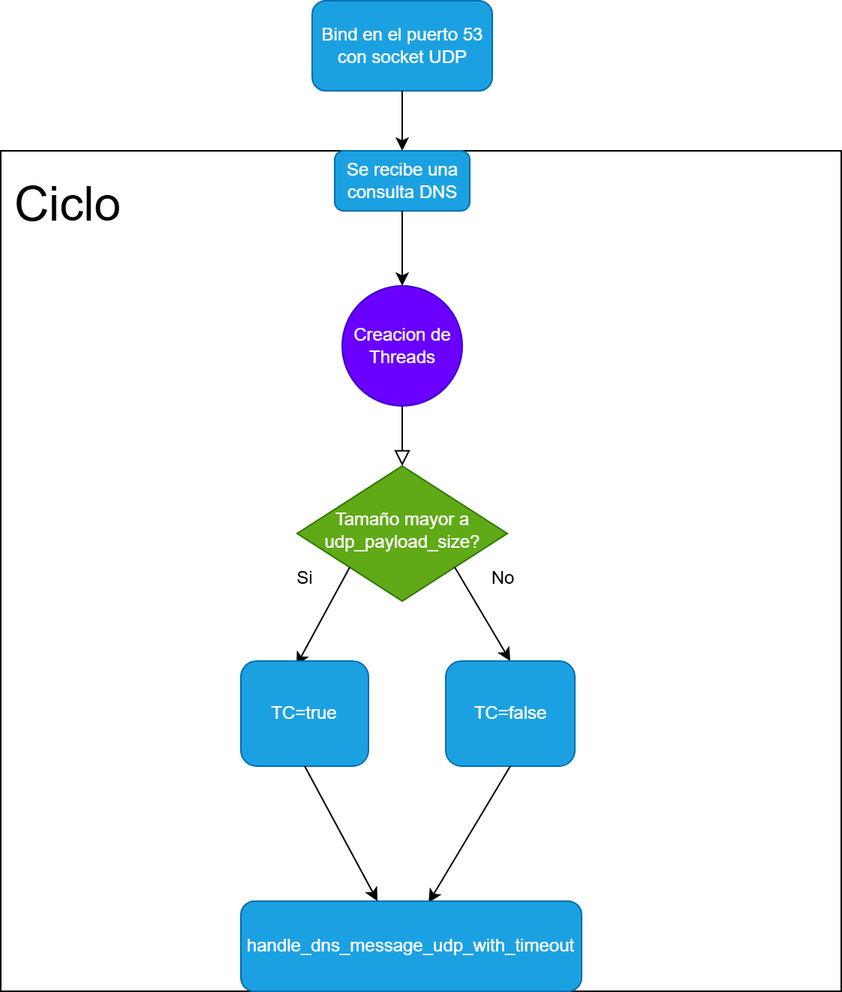
Earlier version of the draw.io export diagramas/recieve_and_response.png (konegoro/informe_memoria). Source tidied: cells renumbered, new cells last; positions are measured from the earlier drawing's top-left corner, leaving out a move shared by most shapes. Source of this version:
```xml
<mxGraphModel>
  <root>
    <mxCell id="0" />
    <mxCell id="1" parent="0" />
    <mxCell id="2" style="whiteSpace=wrap;html=1;fillColor=none;" parent="1" vertex="1">
      <mxGeometry y="100" width="560" height="560" as="geometry" />
    </mxCell>
    <mxCell id="3" style="rounded=0;html=1;jettySize=auto;fontSize=11;endArrow=block;endFill=0;endSize=8;strokeWidth=1;shadow=0;labelBackgroundColor=none;edgeStyle=orthogonalEdgeStyle;" parent="1" edge="1" source="18" target="5">
      <mxGeometry relative="1" as="geometry" />
    </mxCell>
    <mxCell id="4" value="Se recibe una consulta DNS" style="rounded=1;whiteSpace=wrap;html=1;fontSize=12;glass=0;strokeWidth=1;shadow=0;fillColor=#1ba1e2;fontColor=#ffffff;strokeColor=#006EAF;" parent="1" vertex="1">
      <mxGeometry x="222.5" y="100" width="90" height="40" as="geometry" />
    </mxCell>
    <mxCell id="5" value="&lt;font&gt;Tamaño mayor a udp_payload_size?&lt;/font&gt;" style="rhombus;whiteSpace=wrap;html=1;shadow=0;fontFamily=Helvetica;fontSize=12;align=center;strokeWidth=1;spacing=6;spacingTop=-4;fillColor=#60a917;fontColor=#ffffff;strokeColor=#2D7600;" parent="1" vertex="1">
      <mxGeometry x="197.5" y="310" width="140" height="90" as="geometry" />
    </mxCell>
    <mxCell id="6" style="endArrow=classic;html=1;rounded=0;exitX=0;exitY=1;exitDx=0;exitDy=0;entryX=0.435;entryY=0.043;entryDx=0;entryDy=0;entryPerimeter=0;" parent="1" edge="1" source="5" target="10">
      <mxGeometry relative="1" as="geometry" />
    </mxCell>
    <mxCell id="7" value="Si" style="text;html=1;whiteSpace=wrap;strokeColor=none;fillColor=none;align=center;verticalAlign=middle;rounded=0;" parent="1" vertex="1">
      <mxGeometry x="172.5" y="370" width="60" height="30" as="geometry" />
    </mxCell>
    <mxCell id="8" value="No" style="text;html=1;whiteSpace=wrap;strokeColor=none;fillColor=none;align=center;verticalAlign=middle;rounded=0;" parent="1" vertex="1">
      <mxGeometry x="304.5" y="370" width="60" height="30" as="geometry" />
    </mxCell>
    <mxCell id="9" style="endArrow=classic;html=1;rounded=0;exitX=1;exitY=1;exitDx=0;exitDy=0;entryX=0.5;entryY=0;entryDx=0;entryDy=0;" parent="1" edge="1" source="5" target="11">
      <mxGeometry relative="1" as="geometry" />
    </mxCell>
    <mxCell id="10" value="TC=true" style="rounded=1;whiteSpace=wrap;html=1;fontSize=12;glass=0;strokeWidth=1;shadow=0;fillColor=#1ba1e2;fontColor=#ffffff;strokeColor=#006EAF;" parent="1" vertex="1">
      <mxGeometry x="160" y="440" width="85" height="70" as="geometry" />
    </mxCell>
    <mxCell id="11" value="TC=false" style="rounded=1;whiteSpace=wrap;html=1;fontSize=12;glass=0;strokeWidth=1;shadow=0;fillColor=#1ba1e2;fontColor=#ffffff;strokeColor=#006EAF;" parent="1" vertex="1">
      <mxGeometry x="296.5" y="440" width="86" height="70" as="geometry" />
    </mxCell>
    <mxCell id="12" style="endArrow=classic;html=1;rounded=0;exitX=0.5;exitY=1;exitDx=0;exitDy=0;entryX=0.401;entryY=0;entryDx=0;entryDy=0;entryPerimeter=0;" parent="1" edge="1" source="10" target="14">
      <mxGeometry relative="1" as="geometry" />
    </mxCell>
    <mxCell id="13" style="endArrow=classic;html=1;rounded=0;exitX=0.5;exitY=1;exitDx=0;exitDy=0;entryX=0.551;entryY=0.017;entryDx=0;entryDy=0;entryPerimeter=0;" parent="1" edge="1" source="11" target="14">
      <mxGeometry relative="1" as="geometry" />
    </mxCell>
    <mxCell id="14" value="handle_dns_message_udp_with_timeout" style="rounded=1;whiteSpace=wrap;html=1;fontSize=12;glass=0;strokeWidth=1;shadow=0;fillColor=#1ba1e2;fontColor=#ffffff;strokeColor=#006EAF;" parent="1" vertex="1">
      <mxGeometry x="160" y="600" width="227" height="60" as="geometry" />
    </mxCell>
    <mxCell id="15" value="&lt;span style=&quot;font-size: 32px;&quot;&gt;Ciclo&lt;/span&gt;" style="text;html=1;whiteSpace=wrap;strokeColor=none;fillColor=none;align=center;verticalAlign=middle;rounded=0;" parent="1" vertex="1">
      <mxGeometry x="10" y="100" width="70" height="71" as="geometry" />
    </mxCell>
    <mxCell id="16" value="Bind en el puerto 53 con socket UDP" style="rounded=1;whiteSpace=wrap;html=1;fillColor=#1ba1e2;fontColor=#ffffff;strokeColor=#006EAF;" parent="1" vertex="1">
      <mxGeometry x="207.5" width="120" height="60" as="geometry" />
    </mxCell>
    <mxCell id="17" style="endArrow=classic;html=1;rounded=0;exitX=0.5;exitY=1;exitDx=0;exitDy=0;entryX=0.5;entryY=0;entryDx=0;entryDy=0;" parent="1" edge="1" source="16" target="4">
      <mxGeometry relative="1" as="geometry" />
    </mxCell>
    <mxCell id="18" value="Creacion de Threads" style="ellipse;whiteSpace=wrap;html=1;fillColor=#6a00ff;fontColor=#ffffff;strokeColor=#3700CC;" parent="1" vertex="1">
      <mxGeometry x="227.5" y="190" width="80" height="80" as="geometry" />
    </mxCell>
    <mxCell id="19" style="endArrow=classic;html=1;rounded=0;exitX=0.5;exitY=1;exitDx=0;exitDy=0;" parent="1" edge="1" source="4" target="18">
      <mxGeometry relative="1" as="geometry" />
    </mxCell>
  </root>
</mxGraphModel>
```
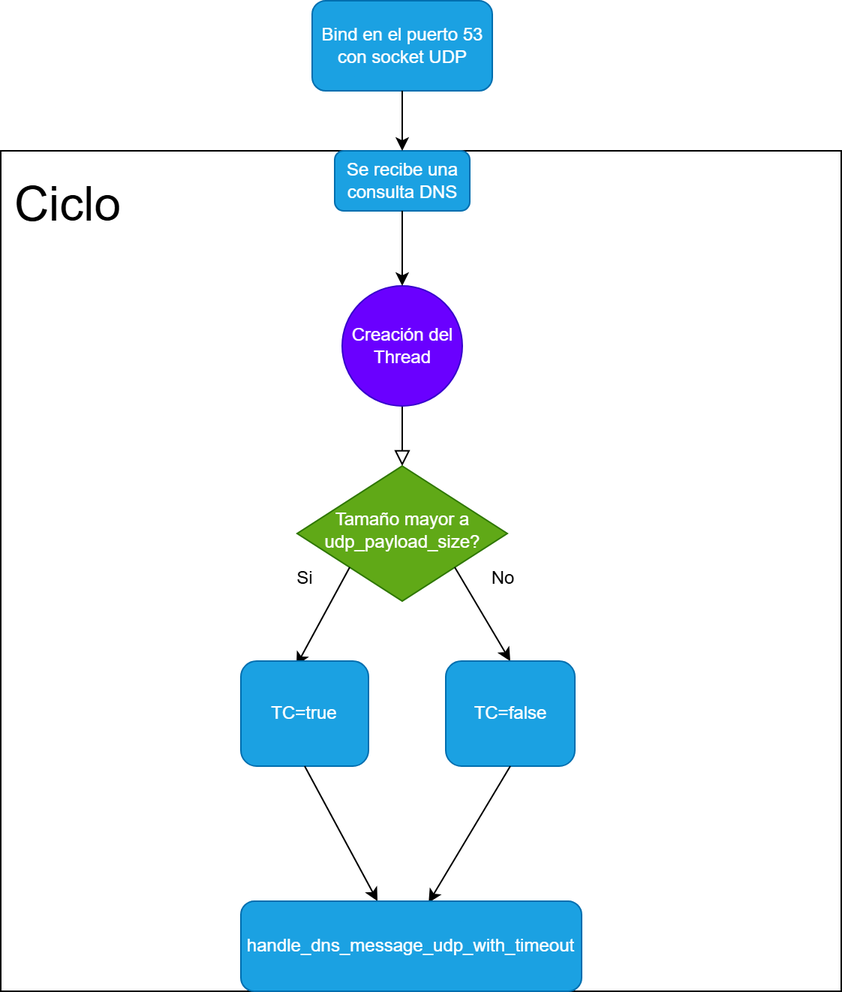
Later version of the same file.

Change to the diagram source:
```diff
@@ -50,7 +50,7 @@
     <mxCell id="17" style="endArrow=classic;html=1;rounded=0;exitX=0.5;exitY=1;exitDx=0;exitDy=0;entryX=0.5;entryY=0;entryDx=0;entryDy=0;" parent="1" edge="1" source="16" target="4">
       <mxGeometry relative="1" as="geometry" />
     </mxCell>
-    <mxCell id="18" value="Creacion de Threads" style="ellipse;whiteSpace=wrap;html=1;fillColor=#6a00ff;fontColor=#ffffff;strokeColor=#3700CC;" parent="1" vertex="1">
+    <mxCell id="18" value="Creación del Thread" style="ellipse;whiteSpace=wrap;html=1;fillColor=#6a00ff;fontColor=#ffffff;strokeColor=#3700CC;" parent="1" vertex="1">
       <mxGeometry x="227.5" y="190" width="80" height="80" as="geometry" />
     </mxCell>
     <mxCell id="19" style="endArrow=classic;html=1;rounded=0;exitX=0.5;exitY=1;exitDx=0;exitDy=0;" parent="1" edge="1" source="4" target="18">
```
